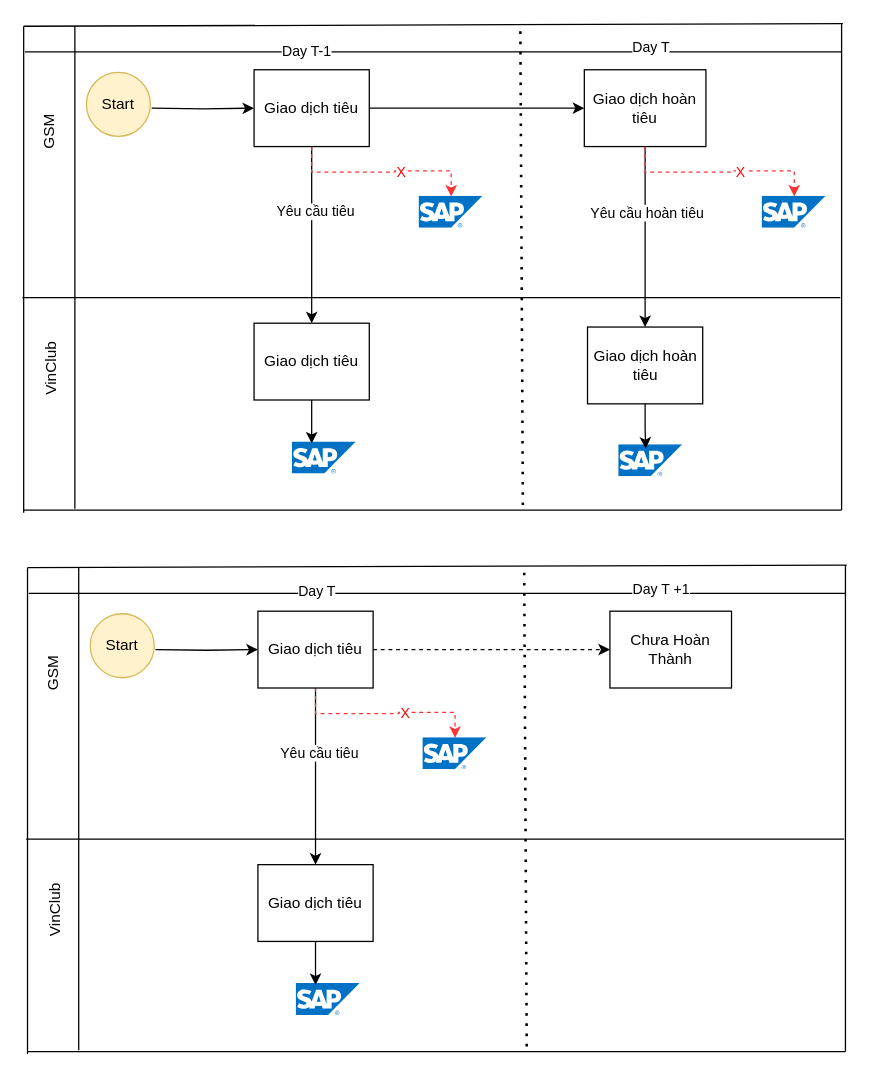
sonnn1505/Studying keeps this draw.io diagram as Untitled Diagram.drawio. Above is the earlier version. Source tidied: cells renumbered, new cells numbered last; positions are measured from the earlier drawing's top-left corner, leaving out a move shared by most shapes. Both pictures are drawn from the tidied source at 128%, with x=0, y=0 at pixel (6, 23).
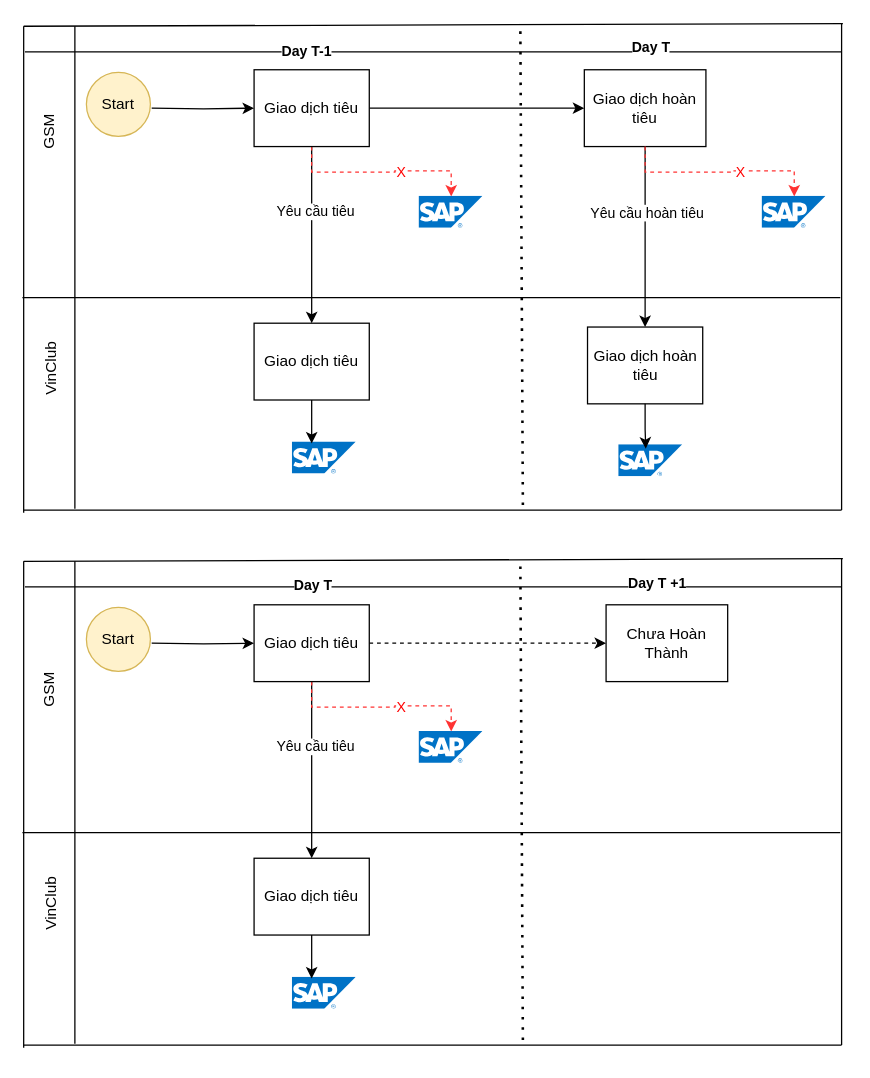
The same diagram, later.

Unchanged cells that the change refers to:
```xml
<mxCell id="24" style="endArrow=none;html=1;rounded=0;" parent="2" edge="1">
  <mxGeometry relative="1" as="geometry">
    <mxPoint x="2" y="22" as="sourcePoint" />
    <mxPoint x="640" y="22" as="targetPoint" />
  </mxGeometry>
</mxCell>
<mxCell id="55" style="endArrow=none;html=1;rounded=0;" parent="36" edge="1">
  <mxGeometry relative="1" as="geometry">
    <mxPoint x="2" y="22" as="sourcePoint" />
    <mxPoint x="640" y="22" as="targetPoint" />
  </mxGeometry>
</mxCell>
```

The edit, as a diff of the source:
```diff
@@
-    <mxCell id="25" value="Day T-1" style="edgeLabel;html=1;align=center;verticalAlign=middle;" parent="24" vertex="1">
+    <mxCell id="25" value="Day T-1" style="edgeLabel;html=1;align=center;verticalAlign=middle;fontStyle=1;" parent="24" vertex="1">
       <mxGeometry x="-0.47" y="3" relative="1" as="geometry">
         <mxPoint x="50" y="2" as="offset" />
       </mxGeometry>
     </mxCell>
-    <mxCell id="26" value="Day T" style="edgeLabel;html=1;align=center;verticalAlign=middle;" parent="24" vertex="1">
+    <mxCell id="26" value="Day T" style="edgeLabel;html=1;align=center;verticalAlign=middle;fontStyle=1;" parent="24" vertex="1">
       <mxGeometry x="0.3" y="3" relative="1" as="geometry">
         <mxPoint x="73" y="-1" as="offset" />
       </mxGeometry>
     </mxCell>
@@
     <mxCell id="36" style="group;" parent="1" vertex="1">
-      <mxGeometry x="15" y="423" width="641" height="382" as="geometry" />
+      <mxGeometry x="12" y="418" width="641" height="382" as="geometry" />
     </mxCell>
@@
     <mxCell id="50" value="GSM" style="text;html=1;align=center;verticalAlign=middle;strokeColor=none;fillColor=none;rotation=-90;" parent="36" vertex="1">
-      <mxGeometry x="-4" y="70" width="50" height="30" as="geometry" />
+      <mxGeometry x="-4" y="88" width="50" height="30" as="geometry" />
     </mxCell>
@@
-    <mxCell id="56" value="Day T" style="edgeLabel;html=1;align=center;verticalAlign=middle;" parent="55" vertex="1">
+    <mxCell id="56" value="Day T" style="edgeLabel;html=1;align=center;verticalAlign=middle;fontStyle=1;" parent="55" vertex="1">
       <mxGeometry x="-0.47" y="3" relative="1" as="geometry">
         <mxPoint x="55" y="1" as="offset" />
       </mxGeometry>
     </mxCell>
-    <mxCell id="57" value="Day T +1" style="edgeLabel;html=1;align=center;verticalAlign=middle;" parent="55" vertex="1">
+    <mxCell id="57" value="Day T +1" style="edgeLabel;html=1;align=center;verticalAlign=middle;fontStyle=1;" parent="55" vertex="1">
       <mxGeometry x="0.3" y="3" relative="1" as="geometry">
         <mxPoint x="78" y="-1" as="offset" />
       </mxGeometry>
     </mxCell>
```
